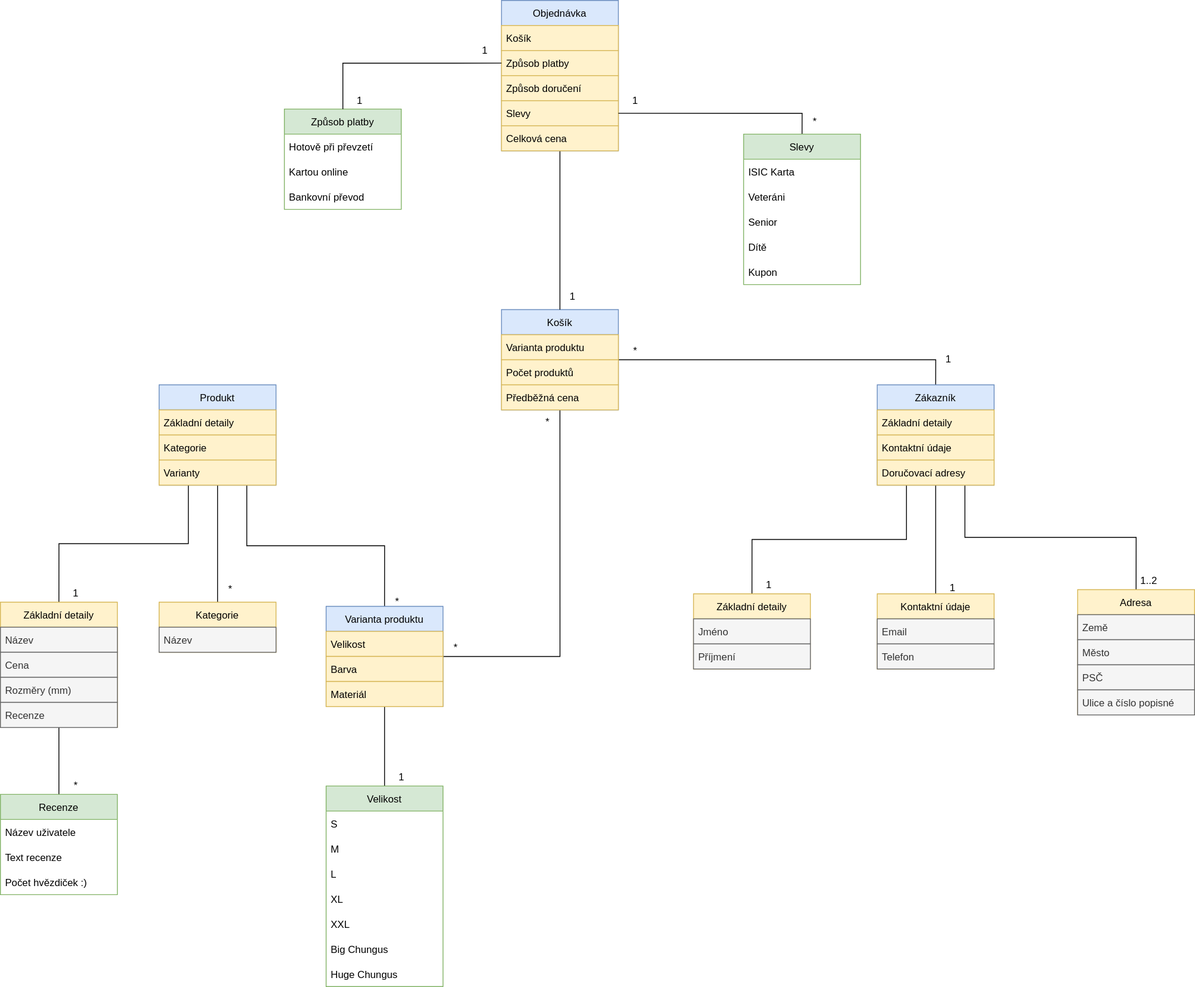
The draw.io diagram Eshop.drawio.svg in TomasKelbasa/diagrams.net, before a commit. Source tidied: cells renumbered, new cells last; positions are measured from the earlier drawing's top-left corner, leaving out a move shared by most shapes.
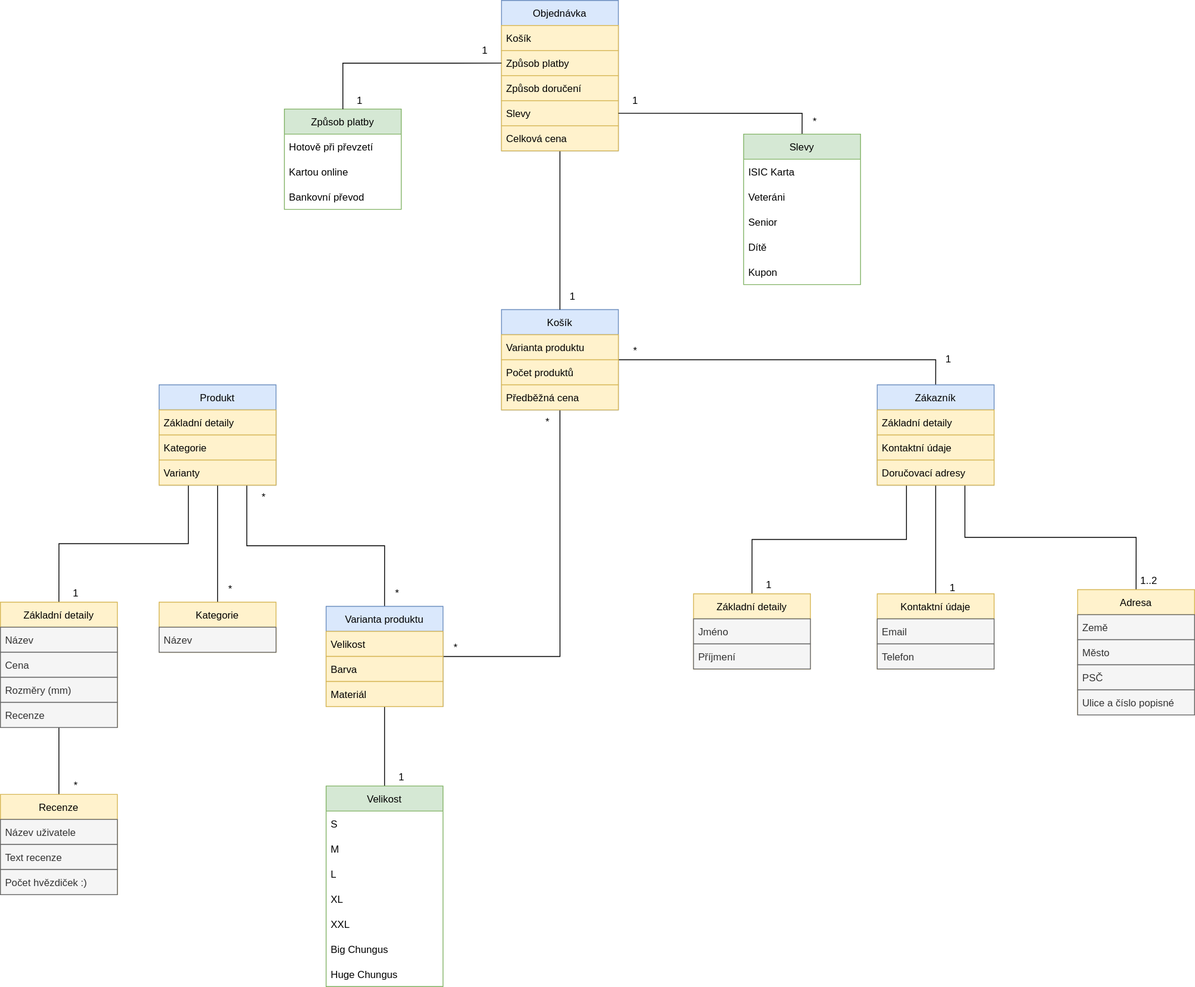
After the change.

Change to the diagram source:
```diff
@@ -65,16 +65,16 @@
     <mxCell id="22" value="Recenze" style="text;strokeColor=#666666;fillColor=#f5f5f5;align=left;verticalAlign=middle;spacingLeft=4;spacingRight=4;overflow=hidden;fontColor=#333333;" parent="18" vertex="1">
       <mxGeometry y="120" width="140" height="30" as="geometry" />
     </mxCell>
-    <mxCell id="23" value="Recenze" style="swimlane;fontStyle=0;horizontal=1;startSize=30;fillColor=#d5e8d4;strokeColor=#82b366;" parent="1" vertex="1">
+    <mxCell id="23" value="Recenze" style="swimlane;fontStyle=0;horizontal=1;startSize=30;fillColor=#fff2cc;strokeColor=#d6b656;" parent="1" vertex="1">
       <mxGeometry y="950" width="140" height="120" as="geometry" />
     </mxCell>
-    <mxCell id="24" value="Název uživatele" style="text;align=left;verticalAlign=middle;spacingLeft=4;spacingRight=4;overflow=hidden;" parent="23" vertex="1">
+    <mxCell id="24" value="Název uživatele" style="text;align=left;verticalAlign=middle;spacingLeft=4;spacingRight=4;overflow=hidden;fillColor=#f5f5f5;fontColor=#333333;strokeColor=#666666;" parent="23" vertex="1">
       <mxGeometry y="30" width="140" height="30" as="geometry" />
     </mxCell>
-    <mxCell id="25" value="Text recenze" style="text;align=left;verticalAlign=middle;spacingLeft=4;spacingRight=4;overflow=hidden;" parent="23" vertex="1">
+    <mxCell id="25" value="Text recenze" style="text;align=left;verticalAlign=middle;spacingLeft=4;spacingRight=4;overflow=hidden;fillColor=#f5f5f5;fontColor=#333333;strokeColor=#666666;" parent="23" vertex="1">
       <mxGeometry y="60" width="140" height="30" as="geometry" />
     </mxCell>
-    <mxCell id="26" value="Počet hvězdiček :)" style="text;align=left;verticalAlign=middle;spacingLeft=4;spacingRight=4;overflow=hidden;" parent="23" vertex="1">
+    <mxCell id="26" value="Počet hvězdiček :)" style="text;align=left;verticalAlign=middle;spacingLeft=4;spacingRight=4;overflow=hidden;fillColor=#f5f5f5;fontColor=#333333;strokeColor=#666666;" parent="23" vertex="1">
       <mxGeometry y="90" width="140" height="30" as="geometry" />
     </mxCell>
     <mxCell id="27" value="Kategorie" style="swimlane;fontStyle=0;horizontal=1;startSize=30;fillColor=#fff2cc;strokeColor=#d6b656;" parent="1" vertex="1">
@@ -204,7 +204,7 @@
       <mxGeometry x="640" y="490" width="30" height="30" as="geometry" />
     </mxCell>
     <mxCell id="69" value="*" style="text;html=1;align=center;verticalAlign=middle;strokeColor=none;fillColor=none;" parent="1" vertex="1">
-      <mxGeometry x="460" y="705" width="30" height="30" as="geometry" />
+      <mxGeometry x="460" y="695" width="30" height="30" as="geometry" />
     </mxCell>
     <mxCell id="70" style="edgeStyle=orthogonalEdgeStyle;rounded=0;jettySize=auto;html=1;exitX=0.5;exitY=1;exitDx=0;exitDy=0;entryX=0.5;entryY=0;entryDx=0;entryDy=0;endArrow=none;endFill=0;" parent="1" edge="1" source="71" target="62">
       <mxGeometry relative="1" as="geometry" />
@@ -278,5 +278,8 @@
     <mxCell id="93" value="1" style="text;html=1;align=center;verticalAlign=middle;strokeColor=none;fillColor=none;" parent="1" vertex="1">
       <mxGeometry x="565" y="45" width="30" height="30" as="geometry" />
     </mxCell>
+    <mxCell id="94" value="*" style="text;html=1;align=center;verticalAlign=middle;strokeColor=none;fillColor=none;" parent="1" vertex="1">
+      <mxGeometry x="300" y="580" width="30" height="30" as="geometry" />
+    </mxCell>
   </root>
 </mxGraphModel>
```
